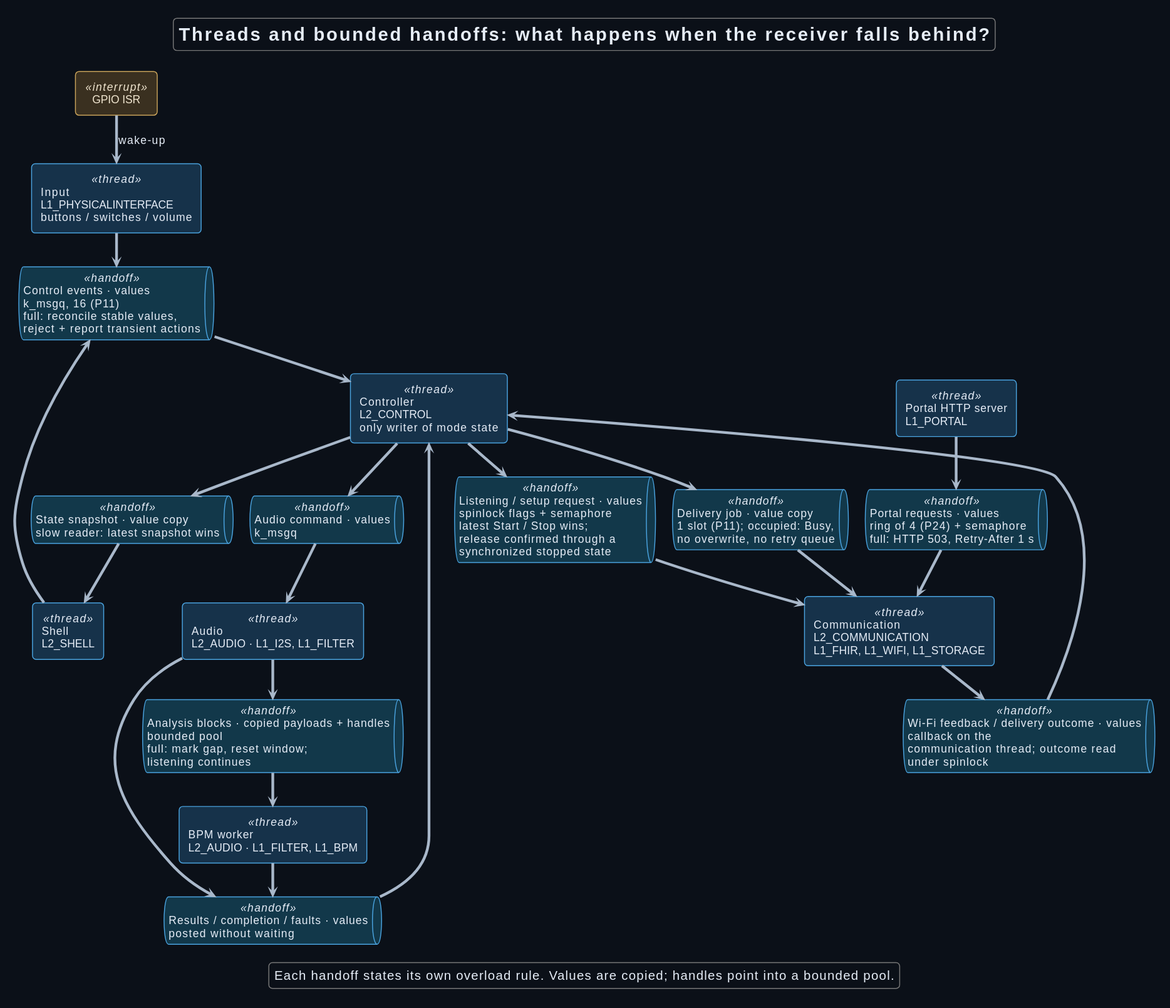
Above: Development/system/design/rendered/shared_runtime_handoffs.svg in DemonicPsychoII/DigitalStethoscope (PlantUML), before the change. Its diagram source:
```plantuml
@startuml
!theme cyborg
!pragma layout smetana
skinparam shadowing false
skinparam backgroundColor #0b1018
skinparam defaultFontColor #e6edf7
skinparam ArrowColor #a9b8ca
skinparam component {
 BackgroundColor<<thread>> #16324a
 BorderColor<<thread>> #4aa3df
 FontColor<<thread>> #e6edf7
 BackgroundColor<<interrupt>> #3a3020
 BorderColor<<interrupt>> #c9a35a
 FontColor<<interrupt>> #f0e5cf
}
skinparam queue {
 BackgroundColor<<handoff>> #12384a
 BorderColor<<handoff>> #4aa3df
 FontColor<<handoff>> #e6edf7
}
skinparam componentStyle rectangle
skinparam defaultFontName SansSerif
title Threads and bounded handoffs: what happens when the receiver falls behind?
top to bottom direction
component "GPIO ISR" as irq <<interrupt>>
component "Input\nL1_PHYSICALINTERFACE\nbuttons / switches / volume" as inp <<thread>>
component "Shell\nL2_SHELL" as shell <<thread>>
component "Controller\nL2_CONTROL\nonly writer of mode state" as ctl <<thread>>
component "Audio\nL2_AUDIO · L1_I2S, L1_FILTER" as audio <<thread>>
component "BPM worker\nL2_AUDIO · L1_FILTER, L1_BPM" as bpm <<thread>>
component "Communication\nL2_COMMUNICATION\nL1_FHIR, L1_WIFI, L1_STORAGE" as net <<thread>>
component "Portal HTTP server\nL1_PORTAL" as portal <<thread>>

queue "Control events · values\nk_msgq, 16 (P11)\nfull: reconcile stable values,\nreject + report transient actions" as controlEvents <<handoff>>
queue "Audio command · values\nk_msgq" as audioCommands <<handoff>>
queue "Analysis blocks · copied payloads + handles\nbounded pool\nfull: mark gap, reset window;\nlistening continues" as analysisBlocks <<handoff>>
queue "Results / completion / faults · values\nposted without waiting" as workerEvents <<handoff>>
queue "State snapshot · value copy\nslow reader: latest snapshot wins" as snapshots <<handoff>>
queue "Listening / setup request · values\nspinlock flags + semaphore\nlatest Start / Stop wins;\nrelease confirmed through a\nsynchronized stopped state" as listeningRequest <<handoff>>
queue "Delivery job · value copy\n1 slot (P11); occupied: Busy,\nno overwrite, no retry queue" as deliveryJob <<handoff>>
queue "Wi-Fi feedback / delivery outcome · values\ncallback on the\ncommunication thread; outcome read\nunder spinlock" as networkFeedback <<handoff>>
queue "Portal requests · values\nring of 4 (P24) + semaphore\nfull: HTTP 503, Retry-After 1 s" as portalRequests <<handoff>>

irq --> inp : wake-up
inp --> controlEvents
shell --> controlEvents
controlEvents --> ctl
ctl --> audioCommands
audioCommands --> audio
audio --> analysisBlocks
analysisBlocks --> bpm
bpm --> workerEvents
audio --> workerEvents
workerEvents --> ctl
ctl --> snapshots
snapshots --> shell
ctl --> listeningRequest
listeningRequest --> net
ctl --> deliveryJob
deliveryJob --> net
net --> networkFeedback
networkFeedback --> ctl
portal --> portalRequests
portalRequests --> net
legend bottom
 Each handoff states its own overload rule. Values are copied; handles point into a bounded pool.
endlegend
@enduml
```
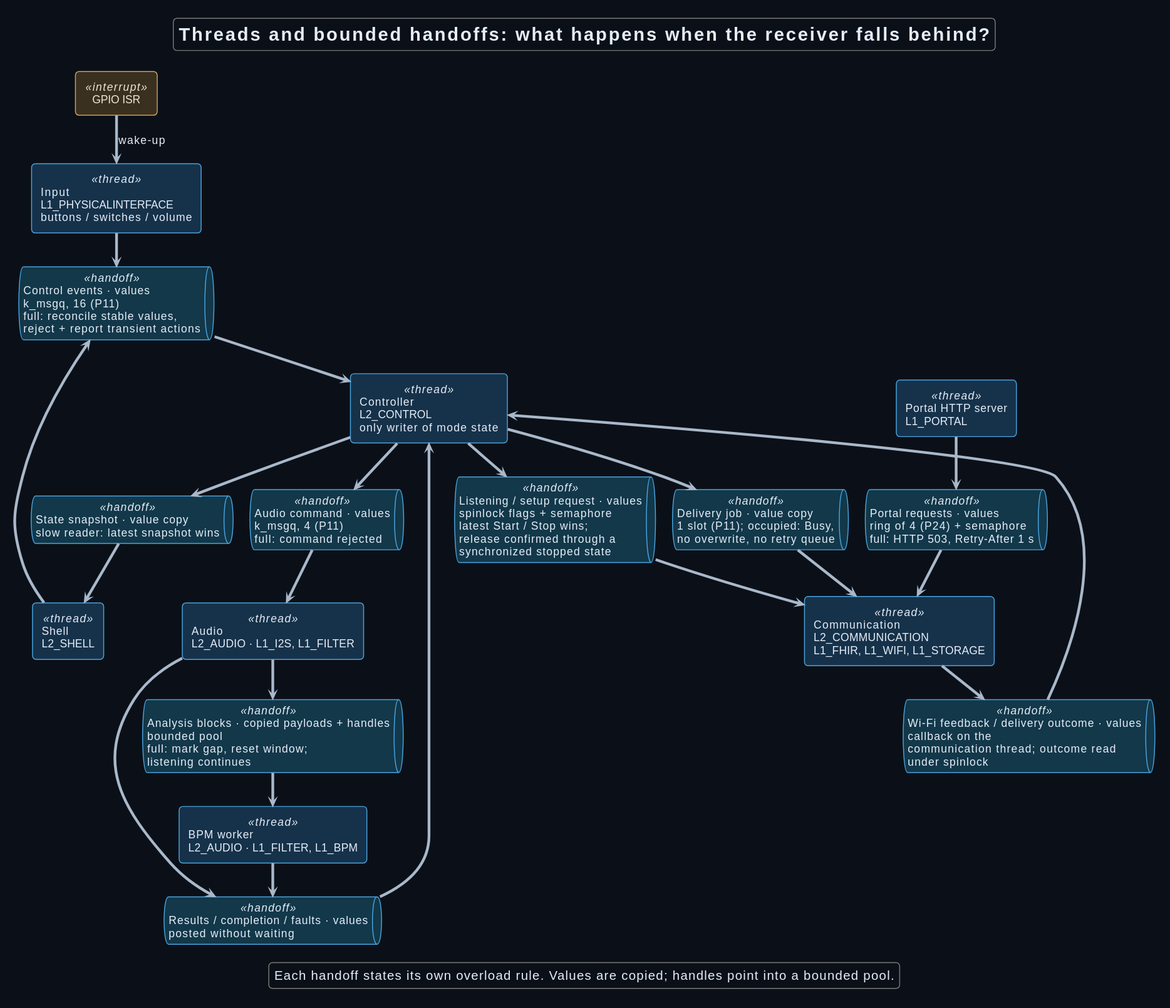
The same file after the commit.

What changed in the source:
```diff
@@ -32,7 +32,7 @@
 component "Portal HTTP server\nL1_PORTAL" as portal <<thread>>
 
 queue "Control events · values\nk_msgq, 16 (P11)\nfull: reconcile stable values,\nreject + report transient actions" as controlEvents <<handoff>>
-queue "Audio command · values\nk_msgq" as audioCommands <<handoff>>
+queue "Audio command · values\nk_msgq, 4 (P11)\nfull: command rejected" as audioCommands <<handoff>>
 queue "Analysis blocks · copied payloads + handles\nbounded pool\nfull: mark gap, reset window;\nlistening continues" as analysisBlocks <<handoff>>
 queue "Results / completion / faults · values\nposted without waiting" as workerEvents <<handoff>>
 queue "State snapshot · value copy\nslow reader: latest snapshot wins" as snapshots <<handoff>>
```
